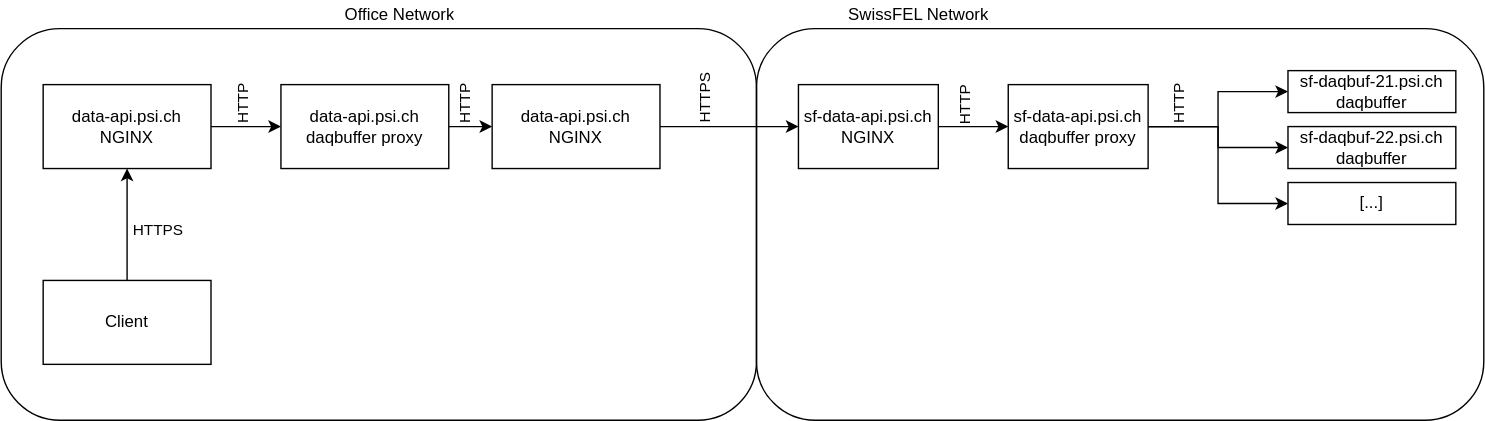
Before: sf-http-flow.drawio.svg, a diagram exported from draw.io (paulscherrerinstitute/daqbuffer-docs). Source tidied: cells renumbered, new cells last; positions are measured from the earlier drawing's top-left corner, leaving out a move shared by most shapes.
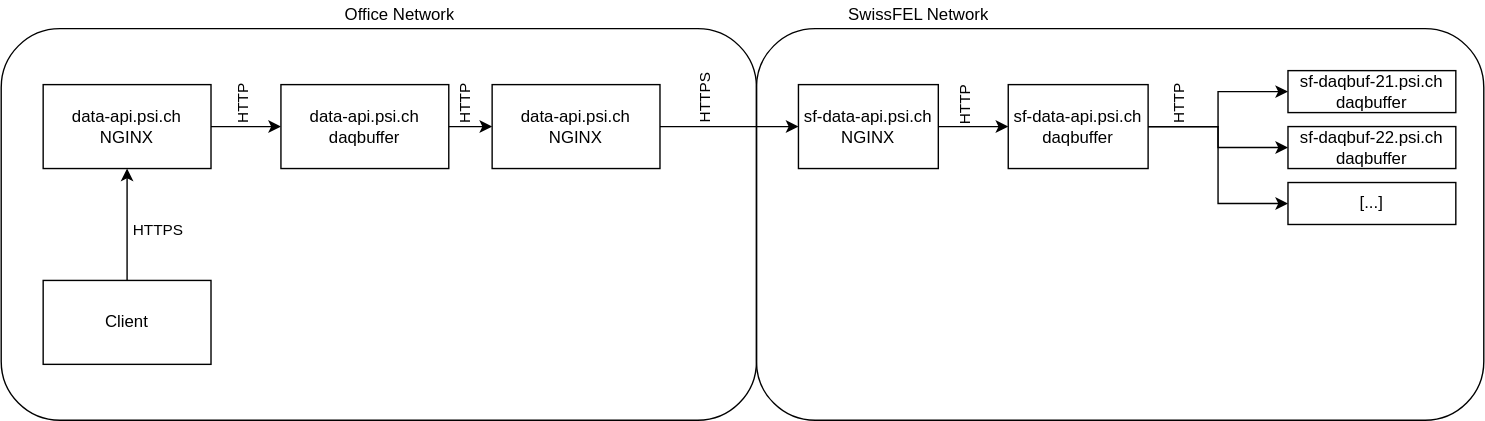
The same diagram one commit later.

Diff of the diagram source:
```diff
@@ -64,7 +64,7 @@
         <mxPoint x="10" y="-14" as="offset" />
       </mxGeometry>
     </mxCell>
-    <mxCell id="20" value="data-api.psi.ch&lt;br&gt;daqbuffer proxy" style="rounded=0;whiteSpace=wrap;html=1;shadow=0;glass=0;sketch=0;fillColor=default;" parent="1" vertex="1">
+    <mxCell id="20" value="data-api.psi.ch&lt;br&gt;daqbuffer" style="rounded=0;whiteSpace=wrap;html=1;shadow=0;glass=0;sketch=0;fillColor=default;" parent="1" vertex="1">
       <mxGeometry x="200" y="60" width="120" height="60" as="geometry" />
     </mxCell>
     <mxCell id="21" style="edgeStyle=orthogonalEdgeStyle;rounded=0;jettySize=auto;html=1;exitX=1;exitY=0.5;exitDx=0;exitDy=0;strokeWidth=1;entryX=0;entryY=0.5;entryDx=0;entryDy=0;" parent="1" edge="1" source="23" target="10">
@@ -92,7 +92,7 @@
     <mxCell id="27" style="edgeStyle=orthogonalEdgeStyle;rounded=0;jettySize=auto;html=1;exitX=1;exitY=0.5;exitDx=0;exitDy=0;entryX=0;entryY=0.5;entryDx=0;entryDy=0;strokeWidth=1;" parent="1" edge="1" source="28" target="14">
       <mxGeometry relative="1" as="geometry" />
     </mxCell>
-    <mxCell id="28" value="sf-data-api.psi.ch&lt;br&gt;daqbuffer proxy" style="rounded=0;whiteSpace=wrap;html=1;shadow=0;glass=0;sketch=0;fillColor=default;" parent="1" vertex="1">
+    <mxCell id="28" value="sf-data-api.psi.ch&lt;br&gt;daqbuffer" style="rounded=0;whiteSpace=wrap;html=1;shadow=0;glass=0;sketch=0;fillColor=default;" parent="1" vertex="1">
       <mxGeometry x="720" y="60" width="100" height="60" as="geometry" />
     </mxCell>
   </root>
```
